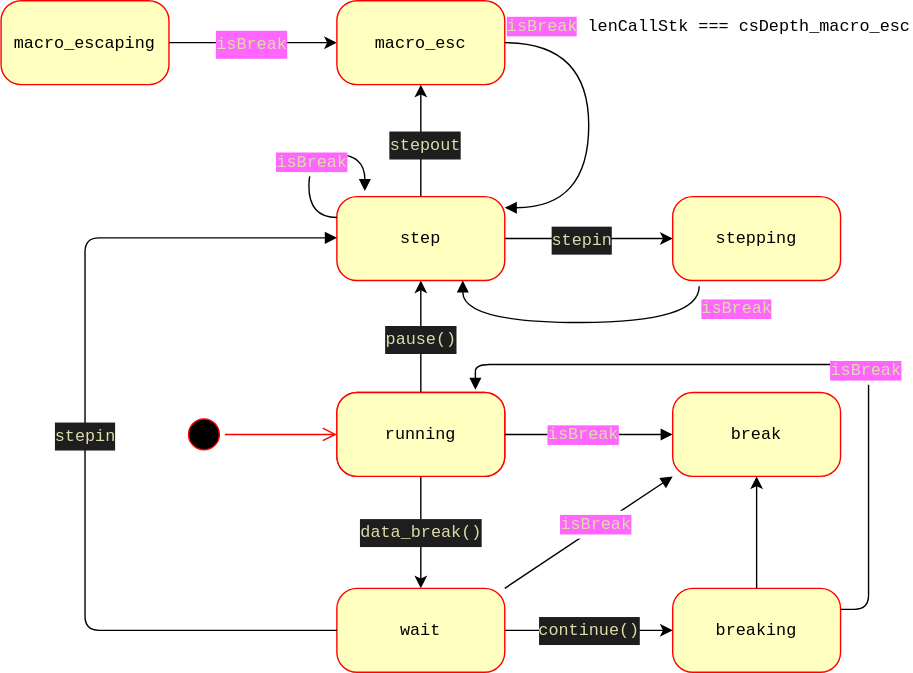
Above: res/img/breakState.svg in famibee/SKYNovel-vscode-extension (draw.io), before the change. Source tidied: cells renumbered, new cells last; positions are measured from the earlier drawing's top-left corner, leaving out a move shared by most shapes.
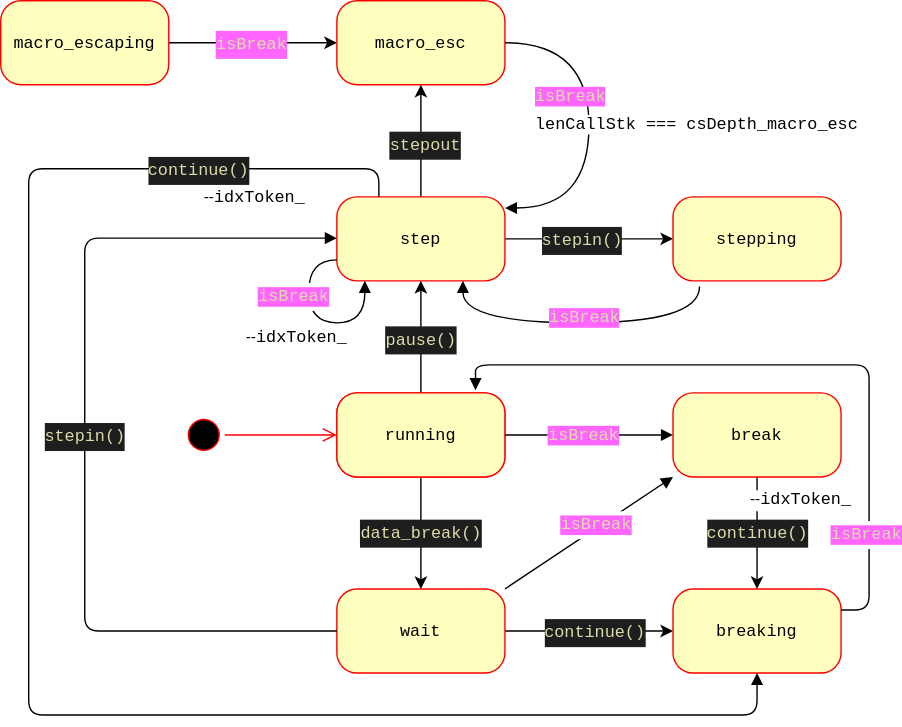
After the commit.

Commit message:
breakState.svg を更新します

Change to the diagram source:
```diff
@@ -23,25 +23,37 @@
     <mxCell id="8" value="&lt;div style=&quot;font-family: menlo, monaco, &amp;quot;courier new&amp;quot;, monospace; line-height: 20px;&quot;&gt;&lt;span style=&quot;&quot;&gt;running&lt;/span&gt;&lt;/div&gt;" style="rounded=1;whiteSpace=wrap;html=1;arcSize=24;fillColor=#ffffc0;strokeColor=#ff0000;shadow=0;comic=0;labelBackgroundColor=none;fontFamily=Verdana;fontSize=12;align=center;" parent="1" vertex="1">
       <mxGeometry x="240" y="280" width="120" height="60" as="geometry" />
     </mxCell>
-    <mxCell id="9" style="edgeStyle=orthogonalEdgeStyle;rounded=0;jettySize=auto;html=1;" parent="1" edge="1" source="11" target="13">
-      <mxGeometry relative="1" as="geometry" />
+    <mxCell id="9" style="edgeStyle=orthogonalEdgeStyle;rounded=1;jettySize=auto;html=1;" parent="1" edge="1" source="11" target="13">
+      <mxGeometry x="0.53" y="-20" relative="1" as="geometry">
+        <Array as="points">
+          <mxPoint x="410" y="450" />
+          <mxPoint x="410" y="450" />
+        </Array>
+      </mxGeometry>
     </mxCell>
     <mxCell id="10" value="&lt;div style=&quot;color: rgb(212 , 212 , 212) ; background-color: rgb(30 , 30 , 30) ; font-family: &amp;#34;menlo&amp;#34; , &amp;#34;monaco&amp;#34; , &amp;#34;courier new&amp;#34; , monospace ; font-size: 12px ; line-height: 20px&quot;&gt;&lt;span style=&quot;color: #dcdcaa&quot;&gt;continue()&lt;/span&gt;&lt;/div&gt;" style="edgeLabel;html=1;align=center;verticalAlign=middle;" parent="9" vertex="1">
-      <mxGeometry x="-0.03" y="1" relative="1" as="geometry" />
+      <mxGeometry x="-0.03" y="1" relative="1" as="geometry">
+        <mxPoint x="4" y="1" as="offset" />
+      </mxGeometry>
     </mxCell>
     <mxCell id="11" value="&lt;div style=&quot;font-family: menlo, monaco, &amp;quot;courier new&amp;quot;, monospace; line-height: 20px;&quot;&gt;&lt;div style=&quot;font-family: &amp;quot;menlo&amp;quot; , &amp;quot;monaco&amp;quot; , &amp;quot;courier new&amp;quot; , monospace ; line-height: 20px&quot;&gt;&lt;span style=&quot;&quot;&gt;wait&lt;/span&gt;&lt;/div&gt;&lt;/div&gt;" style="rounded=1;whiteSpace=wrap;html=1;arcSize=24;fillColor=#ffffc0;strokeColor=#ff0000;shadow=0;comic=0;labelBackgroundColor=none;fontFamily=Verdana;fontSize=12;align=center;" parent="1" vertex="1">
       <mxGeometry x="240" y="420" width="120" height="60" as="geometry" />
     </mxCell>
-    <mxCell id="12" style="edgeStyle=orthogonalEdgeStyle;rounded=0;jettySize=auto;html=1;fontColor=#000000;" parent="1" edge="1" source="13" target="34">
+    <mxCell id="12" value="&lt;div style=&quot;color: rgb(212 , 212 , 212) ; background-color: rgb(30 , 30 , 30) ; font-family: &amp;#34;menlo&amp;#34; , &amp;#34;monaco&amp;#34; , &amp;#34;courier new&amp;#34; , monospace ; font-size: 12px ; line-height: 20px&quot;&gt;&lt;span style=&quot;color: #dcdcaa&quot;&gt;continue()&lt;/span&gt;&lt;/div&gt;" style="edgeStyle=orthogonalEdgeStyle;rounded=0;jettySize=auto;html=1;fontColor=#000000;" parent="1" edge="1" source="34" target="13">
       <mxGeometry relative="1" as="geometry" />
     </mxCell>
+    <mxCell id="39" value="--&lt;span style=&quot;font-family: &amp;#34;menlo&amp;#34; , &amp;#34;monaco&amp;#34; , &amp;#34;courier new&amp;#34; , monospace ; font-size: 12px&quot;&gt;idxToken_&lt;/span&gt;" style="edgeLabel;html=1;align=center;verticalAlign=middle;fontColor=#000000;" parent="12" vertex="1">
+      <mxGeometry x="-0.55" relative="1" as="geometry">
+        <mxPoint x="30" y="-2" as="offset" />
+      </mxGeometry>
+    </mxCell>
     <mxCell id="13" value="&lt;div style=&quot;font-family: menlo, monaco, &amp;quot;courier new&amp;quot;, monospace; line-height: 20px;&quot;&gt;&lt;div style=&quot;font-family: &amp;quot;menlo&amp;quot; , &amp;quot;monaco&amp;quot; , &amp;quot;courier new&amp;quot; , monospace ; line-height: 20px&quot;&gt;&lt;div style=&quot;font-family: &amp;quot;menlo&amp;quot; , &amp;quot;monaco&amp;quot; , &amp;quot;courier new&amp;quot; , monospace ; line-height: 20px&quot;&gt;&lt;span style=&quot;&quot;&gt;breaking&lt;/span&gt;&lt;/div&gt;&lt;/div&gt;&lt;/div&gt;" style="rounded=1;whiteSpace=wrap;html=1;arcSize=24;fillColor=#ffffc0;strokeColor=#ff0000;shadow=0;comic=0;labelBackgroundColor=none;fontFamily=Verdana;fontSize=12;align=center;" parent="1" vertex="1">
       <mxGeometry x="480" y="420" width="120" height="60" as="geometry" />
     </mxCell>
     <mxCell id="14" style="edgeStyle=orthogonalEdgeStyle;rounded=0;jettySize=auto;html=1;" parent="1" edge="1" source="18" target="21">
       <mxGeometry relative="1" as="geometry" />
     </mxCell>
-    <mxCell id="15" value="&lt;div style=&quot;color: rgb(212 , 212 , 212) ; background-color: rgb(30 , 30 , 30) ; font-family: &amp;#34;menlo&amp;#34; , &amp;#34;monaco&amp;#34; , &amp;#34;courier new&amp;#34; , monospace ; font-size: 12px ; line-height: 20px&quot;&gt;&lt;span style=&quot;color: #dcdcaa&quot;&gt;stepin&lt;/span&gt;&lt;/div&gt;" style="edgeLabel;html=1;align=center;verticalAlign=middle;" parent="14" vertex="1">
+    <mxCell id="15" value="&lt;div style=&quot;color: rgb(212 , 212 , 212) ; background-color: rgb(30 , 30 , 30) ; font-family: &amp;#34;menlo&amp;#34; , &amp;#34;monaco&amp;#34; , &amp;#34;courier new&amp;#34; , monospace ; font-size: 12px ; line-height: 20px&quot;&gt;&lt;span style=&quot;color: #dcdcaa&quot;&gt;stepin()&lt;/span&gt;&lt;/div&gt;" style="edgeLabel;html=1;align=center;verticalAlign=middle;" parent="14" vertex="1">
       <mxGeometry x="-0.1" relative="1" as="geometry" />
     </mxCell>
     <mxCell id="16" style="edgeStyle=orthogonalEdgeStyle;rounded=0;jettySize=auto;html=1;" parent="1" edge="1" source="18" target="24">
@@ -62,7 +74,7 @@
         </Array>
       </mxGeometry>
     </mxCell>
-    <mxCell id="20" value="&lt;div style=&quot;color: rgb(212 , 212 , 212) ; background-color: rgb(30 , 30 , 30) ; font-family: &amp;#34;menlo&amp;#34; , &amp;#34;monaco&amp;#34; , &amp;#34;courier new&amp;#34; , monospace ; font-size: 12px ; line-height: 20px&quot;&gt;&lt;span style=&quot;color: #dcdcaa&quot;&gt;stepin&lt;/span&gt;&lt;/div&gt;" style="edgeLabel;html=1;align=center;verticalAlign=middle;" parent="19" vertex="1">
+    <mxCell id="20" value="&lt;div style=&quot;color: rgb(212 , 212 , 212) ; background-color: rgb(30 , 30 , 30) ; font-family: &amp;#34;menlo&amp;#34; , &amp;#34;monaco&amp;#34; , &amp;#34;courier new&amp;#34; , monospace ; font-size: 12px ; line-height: 20px&quot;&gt;&lt;span style=&quot;color: #dcdcaa&quot;&gt;stepin()&lt;/span&gt;&lt;/div&gt;" style="edgeLabel;html=1;align=center;verticalAlign=middle;" parent="19" vertex="1">
       <mxGeometry x="-0.04" y="1" relative="1" as="geometry">
         <mxPoint y="-11" as="offset" />
       </mxGeometry>
@@ -90,33 +102,42 @@
         </Array>
       </mxGeometry>
     </mxCell>
-    <mxCell id="27" value="&lt;div style=&quot;font-family: &amp;#34;menlo&amp;#34; , &amp;#34;monaco&amp;#34; , &amp;#34;courier new&amp;#34; , monospace ; font-size: 12px ; line-height: 20px&quot;&gt;&lt;span style=&quot;color: rgb(220 , 220 , 170) ; font-family: &amp;#34;menlo&amp;#34; , &amp;#34;monaco&amp;#34; , &amp;#34;courier new&amp;#34; , monospace ; background-color: rgb(255 , 102 , 255)&quot;&gt;isBreak&lt;/span&gt;&lt;span style=&quot;background-color: rgb(255 , 255 , 255)&quot;&gt;&lt;span style=&quot;color: rgb(220 , 220 , 170) ; font-family: &amp;#34;menlo&amp;#34; , &amp;#34;monaco&amp;#34; , &amp;#34;courier new&amp;#34; , monospace&quot;&gt;&amp;nbsp;&lt;/span&gt;lenCallStk === csDepth_macro_esc&lt;/span&gt;&lt;/div&gt;" style="edgeLabel;html=1;align=left;verticalAlign=bottom;labelBackgroundColor=none;" parent="26" vertex="1">
-      <mxGeometry x="-1" relative="1" as="geometry" />
+    <mxCell id="27" value="&lt;div style=&quot;font-family: &amp;#34;menlo&amp;#34; , &amp;#34;monaco&amp;#34; , &amp;#34;courier new&amp;#34; , monospace ; font-size: 12px ; line-height: 20px&quot;&gt;&lt;span style=&quot;color: rgb(220 , 220 , 170) ; font-family: &amp;#34;menlo&amp;#34; , &amp;#34;monaco&amp;#34; , &amp;#34;courier new&amp;#34; , monospace ; background-color: rgb(255 , 102 , 255)&quot;&gt;isBreak&lt;/span&gt;&lt;/div&gt;&lt;div style=&quot;font-family: &amp;#34;menlo&amp;#34; , &amp;#34;monaco&amp;#34; , &amp;#34;courier new&amp;#34; , monospace ; font-size: 12px ; line-height: 20px&quot;&gt;&lt;span style=&quot;background-color: rgb(255 , 255 , 255)&quot;&gt;lenCallStk === csDepth_macro_esc&lt;/span&gt;&lt;/div&gt;" style="edgeLabel;html=1;align=left;verticalAlign=bottom;labelBackgroundColor=none;" parent="26" vertex="1">
+      <mxGeometry x="-1" relative="1" as="geometry">
+        <mxPoint x="20" y="70" as="offset" />
+      </mxGeometry>
     </mxCell>
     <mxCell id="28" value="&lt;div style=&quot;color: rgb(212 , 212 , 212) ; background-color: rgb(30 , 30 , 30) ; font-family: &amp;#34;menlo&amp;#34; , &amp;#34;monaco&amp;#34; , &amp;#34;courier new&amp;#34; , monospace ; font-size: 12px ; line-height: 20px&quot;&gt;&lt;br&gt;&lt;/div&gt;" style="edgeLabel;html=1;align=center;verticalAlign=middle;fontColor=#000000;" parent="26" vertex="1">
       <mxGeometry x="-0.03" relative="1" as="geometry" />
     </mxCell>
     <mxCell id="29" value="&lt;div style=&quot;color: rgb(212 , 212 , 212) ; font-family: &amp;#34;menlo&amp;#34; , &amp;#34;monaco&amp;#34; , &amp;#34;courier new&amp;#34; , monospace ; font-size: 12px ; line-height: 20px&quot;&gt;&lt;span style=&quot;color: rgb(220 , 220 , 170) ; background-color: rgb(255 , 102 , 255)&quot;&gt;isBreak&lt;/span&gt;&lt;/div&gt;" style="endArrow=block;endFill=1;html=1;edgeStyle=orthogonalEdgeStyle;align=left;verticalAlign=top;fontColor=#000000;exitX=0.158;exitY=1.067;exitDx=0;exitDy=0;exitPerimeter=0;entryX=0.75;entryY=1;entryDx=0;entryDy=0;curved=1;" parent="1" edge="1" source="21" target="18">
-      <mxGeometry x="-1" relative="1" as="geometry">
+      <mxGeometry x="0.2" y="-20" relative="1" as="geometry">
         <Array as="points">
           <mxPoint x="499" y="230" />
           <mxPoint x="330" y="230" />
         </Array>
       </mxGeometry>
     </mxCell>
-    <mxCell id="30" style="endArrow=block;endFill=1;html=1;edgeStyle=orthogonalEdgeStyle;align=left;verticalAlign=top;fontColor=#000000;exitX=0;exitY=0.25;exitDx=0;exitDy=0;curved=1;" parent="1" edge="1" source="18">
+    <mxCell id="30" style="endArrow=block;endFill=1;html=1;edgeStyle=orthogonalEdgeStyle;align=left;verticalAlign=top;fontColor=#000000;exitX=0;exitY=0.75;exitDx=0;exitDy=0;curved=1;" parent="1" edge="1" source="18">
       <mxGeometry x="-1" relative="1" as="geometry">
-        <mxPoint x="260" y="136" as="targetPoint" />
+        <mxPoint x="260" y="200" as="targetPoint" />
         <Array as="points">
-          <mxPoint x="220" y="155" />
-          <mxPoint x="220" y="110" />
-          <mxPoint x="260" y="110" />
+          <mxPoint x="220" y="185" />
+          <mxPoint x="220" y="230" />
+          <mxPoint x="260" y="230" />
         </Array>
       </mxGeometry>
     </mxCell>
     <mxCell id="31" value="&lt;div style=&quot;color: rgb(212 , 212 , 212) ; font-family: &amp;#34;menlo&amp;#34; , &amp;#34;monaco&amp;#34; , &amp;#34;courier new&amp;#34; , monospace ; font-size: 12px ; line-height: 20px&quot;&gt;&lt;span style=&quot;color: rgb(220 , 220 , 170) ; background-color: rgb(255 , 102 , 255)&quot;&gt;isBreak&lt;/span&gt;&lt;/div&gt;" style="edgeLabel;html=1;align=center;verticalAlign=middle;fontColor=#000000;" parent="30" vertex="1">
-      <mxGeometry x="-0.07" y="-1" relative="1" as="geometry" />
+      <mxGeometry x="-0.07" y="-1" relative="1" as="geometry">
+        <mxPoint x="-11" y="-18" as="offset" />
+      </mxGeometry>
     </mxCell>
+    <mxCell id="40" value="--&lt;span style=&quot;font-family: &amp;#34;menlo&amp;#34; , &amp;#34;monaco&amp;#34; , &amp;#34;courier new&amp;#34; , monospace ; font-size: 12px&quot;&gt;idxToken_&lt;/span&gt;" style="edgeLabel;html=1;align=center;verticalAlign=middle;fontColor=#000000;" parent="30" vertex="1">
+      <mxGeometry x="0.21" y="1" relative="1" as="geometry">
+        <mxPoint x="-26" y="11" as="offset" />
+      </mxGeometry>
+    </mxCell>
     <mxCell id="32" style="endArrow=block;endFill=1;html=1;edgeStyle=orthogonalEdgeStyle;align=left;verticalAlign=top;fontColor=#000000;rounded=1;exitX=1;exitY=0.25;exitDx=0;exitDy=0;entryX=0.825;entryY=-0.033;entryDx=0;entryDy=0;entryPerimeter=0;" parent="1" edge="1" source="13" target="8">
       <mxGeometry x="-1" relative="1" as="geometry">
         <Array as="points">
@@ -127,7 +148,9 @@
       </mxGeometry>
     </mxCell>
     <mxCell id="33" value="&lt;div style=&quot;color: rgb(212 , 212 , 212) ; font-family: &amp;#34;menlo&amp;#34; , &amp;#34;monaco&amp;#34; , &amp;#34;courier new&amp;#34; , monospace ; font-size: 12px ; line-height: 20px&quot;&gt;&lt;span style=&quot;color: rgb(220 , 220 , 170) ; background-color: rgb(255 , 102 , 255)&quot;&gt;isBreak&lt;/span&gt;&lt;/div&gt;" style="edgeLabel;html=1;align=center;verticalAlign=middle;fontColor=#000000;" parent="32" vertex="1">
-      <mxGeometry x="-0.22" y="3" relative="1" as="geometry" />
+      <mxGeometry x="-0.22" y="3" relative="1" as="geometry">
+        <mxPoint y="117" as="offset" />
+      </mxGeometry>
     </mxCell>
     <mxCell id="34" value="&lt;div style=&quot;font-family: &amp;quot;menlo&amp;quot; , &amp;quot;monaco&amp;quot; , &amp;quot;courier new&amp;quot; , monospace ; line-height: 20px&quot;&gt;&lt;div style=&quot;font-family: &amp;quot;menlo&amp;quot; , &amp;quot;monaco&amp;quot; , &amp;quot;courier new&amp;quot; , monospace ; line-height: 20px&quot;&gt;&lt;div style=&quot;font-family: &amp;quot;menlo&amp;quot; , &amp;quot;monaco&amp;quot; , &amp;quot;courier new&amp;quot; , monospace ; line-height: 20px&quot;&gt;&lt;div style=&quot;font-family: menlo, monaco, &amp;quot;courier new&amp;quot;, monospace; line-height: 20px;&quot;&gt;&lt;span style=&quot;&quot;&gt;break&lt;/span&gt;&lt;/div&gt;&lt;/div&gt;&lt;/div&gt;&lt;/div&gt;" style="rounded=1;whiteSpace=wrap;html=1;arcSize=24;fillColor=#ffffc0;strokeColor=#ff0000;shadow=0;comic=0;labelBackgroundColor=none;fontFamily=Verdana;fontSize=12;align=center;" parent="1" vertex="1">
       <mxGeometry x="480" y="280" width="120" height="60" as="geometry" />
@@ -146,5 +169,25 @@
     <mxCell id="38" value="&lt;div style=&quot;color: rgb(212 , 212 , 212) ; font-family: &amp;#34;menlo&amp;#34; , &amp;#34;monaco&amp;#34; , &amp;#34;courier new&amp;#34; , monospace ; font-size: 12px ; line-height: 20px&quot;&gt;&lt;span style=&quot;color: rgb(220 , 220 , 170) ; background-color: rgb(255 , 102 , 255)&quot;&gt;isBreak&lt;/span&gt;&lt;/div&gt;" style="edgeLabel;html=1;align=center;verticalAlign=middle;fontColor=#000000;" parent="37" vertex="1">
       <mxGeometry x="0.11" y="3" relative="1" as="geometry" />
     </mxCell>
+    <mxCell id="41" style="endArrow=block;endFill=1;html=1;edgeStyle=orthogonalEdgeStyle;align=left;verticalAlign=top;fontColor=#000000;exitX=0.25;exitY=0;exitDx=0;exitDy=0;entryX=0.5;entryY=1;entryDx=0;entryDy=0;" parent="1" edge="1" source="18" target="13">
+      <mxGeometry x="-1" relative="1" as="geometry">
+        <Array as="points">
+          <mxPoint x="270" y="120" />
+          <mxPoint x="20" y="120" />
+          <mxPoint x="20" y="510" />
+          <mxPoint x="540" y="510" />
+        </Array>
+      </mxGeometry>
+    </mxCell>
+    <mxCell id="42" value="&lt;div style=&quot;color: rgb(212 , 212 , 212) ; background-color: rgb(30 , 30 , 30) ; font-family: &amp;#34;menlo&amp;#34; , &amp;#34;monaco&amp;#34; , &amp;#34;courier new&amp;#34; , monospace ; font-size: 12px ; line-height: 20px&quot;&gt;&lt;span style=&quot;color: #dcdcaa&quot;&gt;continue()&lt;/span&gt;&lt;/div&gt;" style="edgeLabel;html=1;align=center;verticalAlign=middle;fontColor=#000000;" parent="41" vertex="1">
+      <mxGeometry x="-0.26" y="-1" relative="1" as="geometry">
+        <mxPoint x="121" y="-176" as="offset" />
+      </mxGeometry>
+    </mxCell>
+    <mxCell id="43" value="--&lt;span style=&quot;font-family: &amp;#34;menlo&amp;#34; , &amp;#34;monaco&amp;#34; , &amp;#34;courier new&amp;#34; , monospace ; font-size: 12px&quot;&gt;idxToken_&lt;/span&gt;" style="edgeLabel;html=1;align=center;verticalAlign=middle;fontColor=#000000;" parent="41" vertex="1">
+      <mxGeometry x="-0.44" y="1" relative="1" as="geometry">
+        <mxPoint x="159" y="-47" as="offset" />
+      </mxGeometry>
+    </mxCell>
   </root>
 </mxGraphModel>
```
